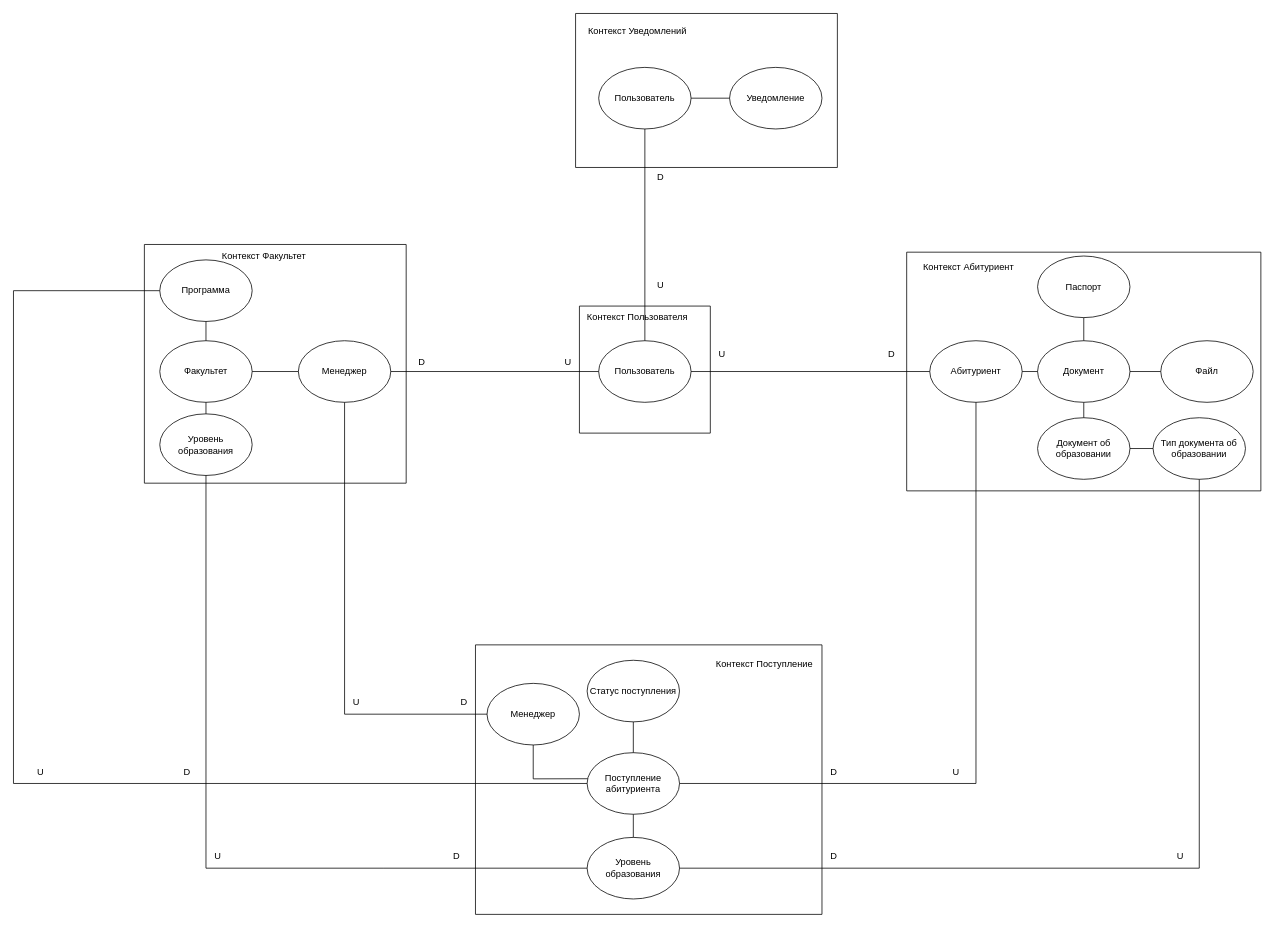
Before: Artifacts/BoundedContext/BoundedContextBACK.drawio.xml in vardee/Entrance-Service, a draw.io diagram. Source tidied: cells renumbered, new cells numbered last; positions are measured from the earlier drawing's top-left corner, leaving out a move shared by most shapes. Both pictures are drawn from the tidied source at 77%, with x=0, y=0 at pixel (13, 13).
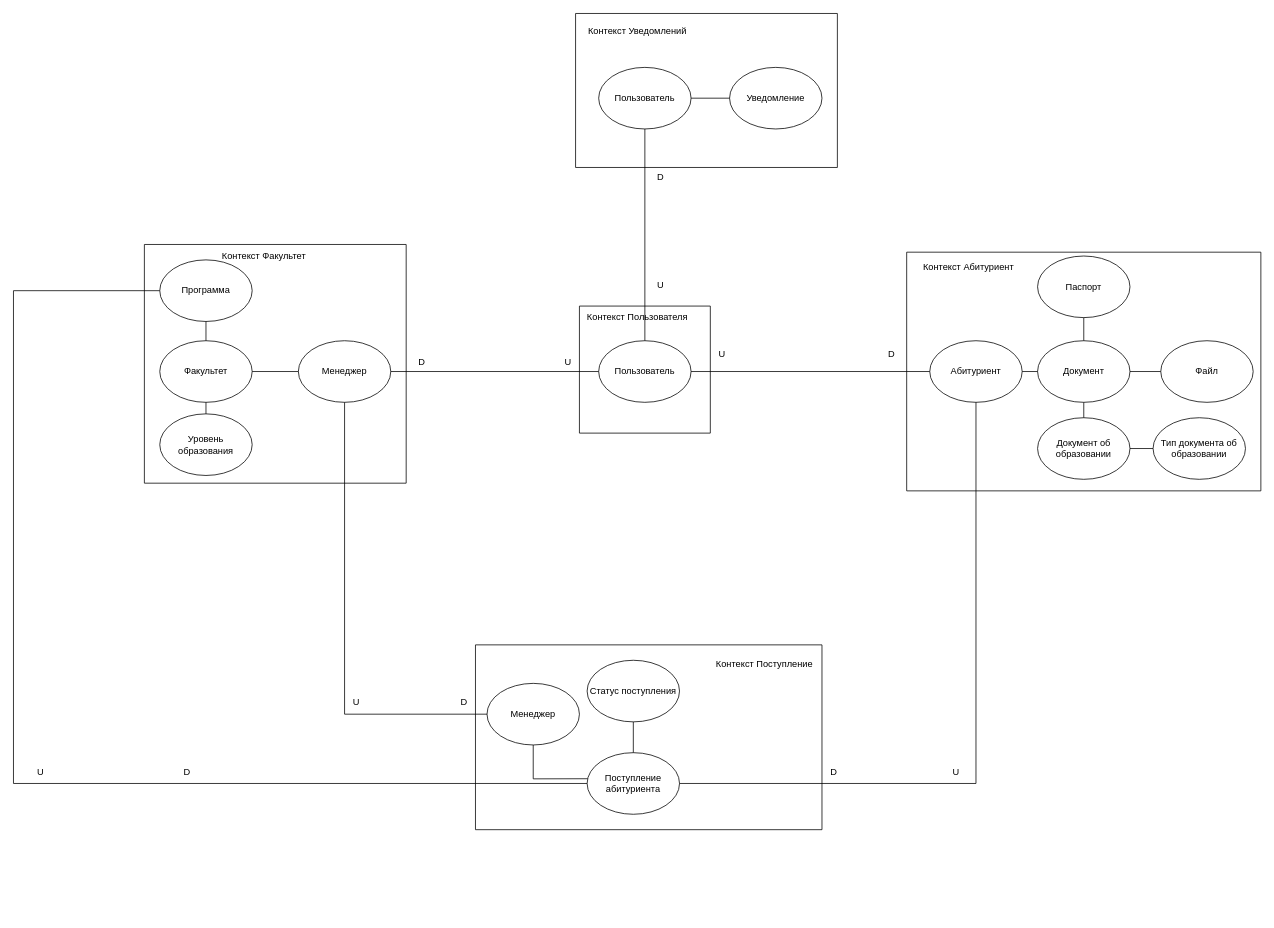
The same diagram, later.

Unchanged cells that the change refers to:
```xml
<mxCell id="4" value="Поступление абитуриента" style="ellipse;whiteSpace=wrap;html=1;" parent="2" vertex="1">
  <mxGeometry x="145" y="140" width="120" height="80" as="geometry" />
</mxCell>
<mxCell id="19" value="Уровень образования" style="ellipse;whiteSpace=wrap;html=1;" parent="14" vertex="1">
  <mxGeometry x="20" y="220" width="120" height="80" as="geometry" />
</mxCell>
<mxCell id="27" value="Тип документа об образовании" style="ellipse;whiteSpace=wrap;html=1;" parent="23" vertex="1">
  <mxGeometry x="320" y="215" width="120" height="80" as="geometry" />
</mxCell>
```

The edit, as a diff of the source:
```diff
@@
     <mxCell id="2" style="swimlane;startSize=0;" parent="1" vertex="1">
-      <mxGeometry x="600" y="820" width="450" height="350" as="geometry" />
+      <mxGeometry x="600" y="820" width="450" height="240" as="geometry" />
     </mxCell>
@@
-    <mxCell id="6" value="Уровень образования" style="ellipse;whiteSpace=wrap;html=1;" parent="2" vertex="1">
-      <mxGeometry x="145" y="250" width="120" height="80" as="geometry" />
-    </mxCell>
@@
-    <mxCell id="8" style="endArrow=none;html=1;rounded=0;entryX=0.5;entryY=1;entryDx=0;entryDy=0;exitX=0.5;exitY=0;exitDx=0;exitDy=0;" parent="2" edge="1" source="6" target="4">
-      <mxGeometry relative="1" as="geometry" />
-    </mxCell>
@@
-    <mxCell id="42" style="endArrow=none;html=1;rounded=0;entryX=0;entryY=0.5;entryDx=0;entryDy=0;exitX=0.5;exitY=1;exitDx=0;exitDy=0;" parent="1" edge="1" source="19" target="6">
-      <mxGeometry relative="1" as="geometry">
-        <Array as="points">
-          <mxPoint x="250" y="1110" />
-          <mxPoint x="480" y="1110" />
-        </Array>
-      </mxGeometry>
-    </mxCell>
@@
-    <mxCell id="45" style="endArrow=none;html=1;rounded=0;exitX=1;exitY=0.5;exitDx=0;exitDy=0;entryX=0.5;entryY=1;entryDx=0;entryDy=0;" parent="1" edge="1" source="6" target="27">
-      <mxGeometry relative="1" as="geometry">
-        <Array as="points">
-          <mxPoint x="1540" y="1110" />
-        </Array>
-      </mxGeometry>
-    </mxCell>
-    <mxCell id="46" value="D" style="text;html=1;align=center;verticalAlign=middle;strokeColor=none;fillColor=none;" parent="1" vertex="1">
-      <mxGeometry x="560" y="1080" width="30" height="30" as="geometry" />
-    </mxCell>
-    <mxCell id="47" value="D" style="text;html=1;align=center;verticalAlign=middle;strokeColor=none;fillColor=none;" parent="1" vertex="1">
-      <mxGeometry x="1050" y="1080" width="30" height="30" as="geometry" />
-    </mxCell>
-    <mxCell id="48" value="U" style="text;html=1;align=center;verticalAlign=middle;strokeColor=none;fillColor=none;" parent="1" vertex="1">
-      <mxGeometry x="1500" y="1080" width="30" height="30" as="geometry" />
-    </mxCell>
-    <mxCell id="49" value="U" style="text;html=1;align=center;verticalAlign=middle;strokeColor=none;fillColor=none;" parent="1" vertex="1">
-      <mxGeometry x="250" y="1080" width="30" height="30" as="geometry" />
-    </mxCell>
```
